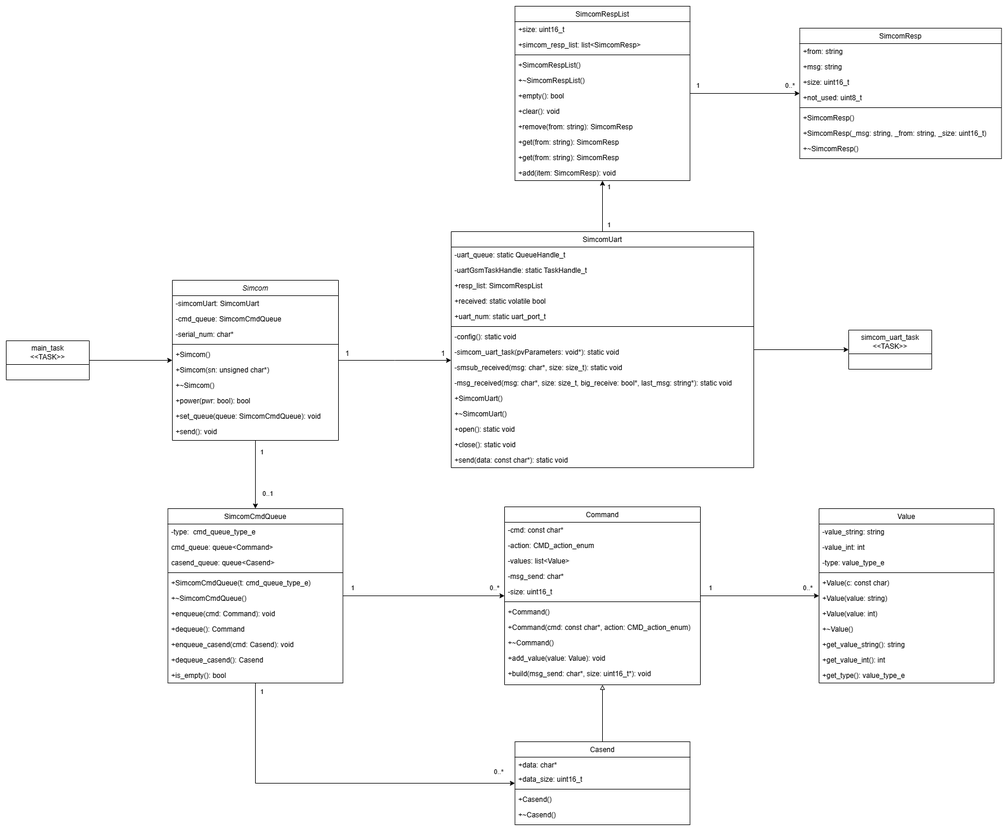
EduardoKPVeiga/Simcom keeps this draw.io diagram as images/diagram.png. Above is the earlier version. Source tidied: cells renumbered, new cells last; positions are measured from the earlier drawing's top-left corner, leaving out a move shared by most shapes.
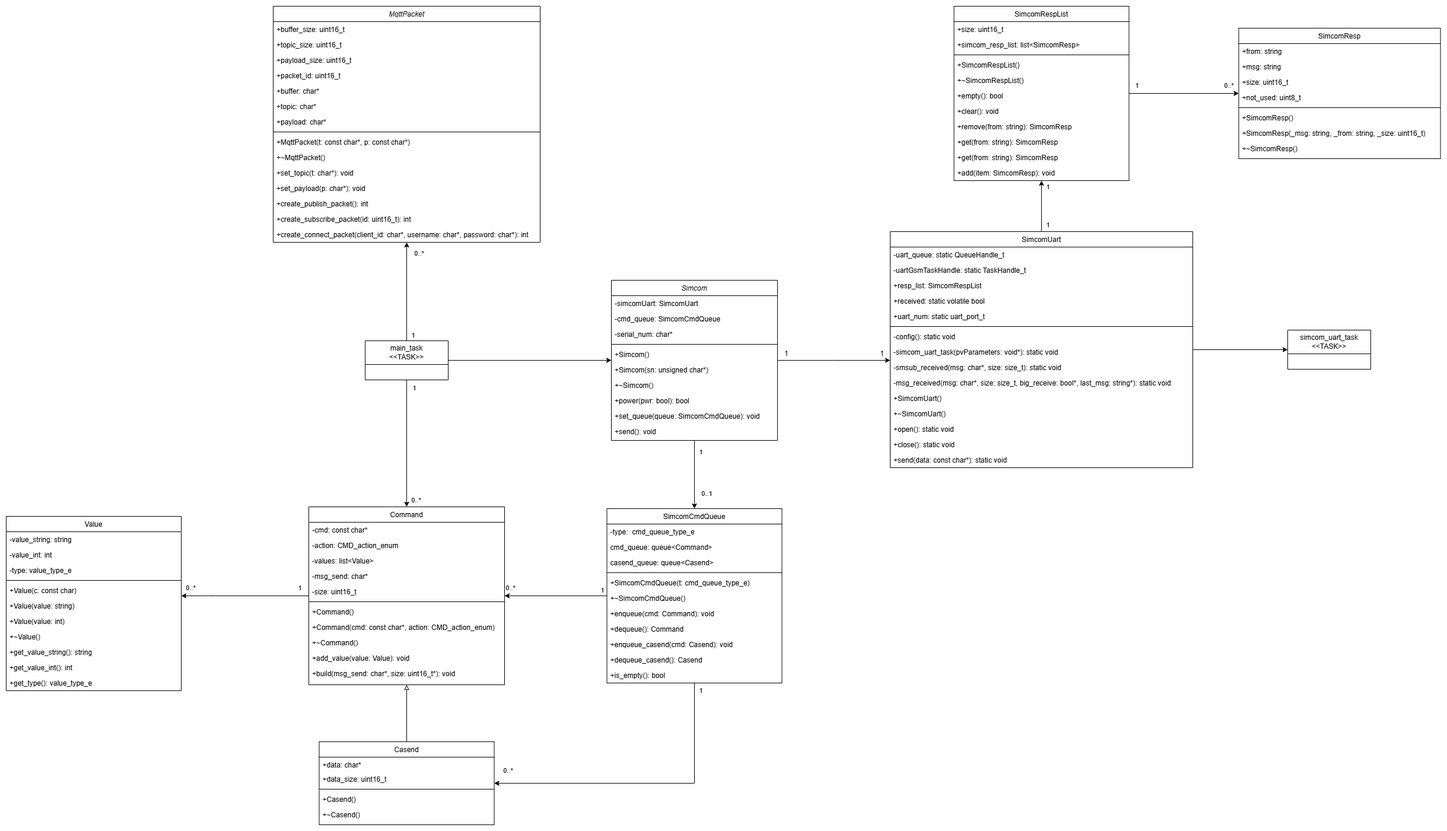
The same file after the commit.

Commit message:
update: class diagram

Diff of the diagram source:
```diff
@@ -181,20 +181,25 @@
       </mxGeometry>
     </mxCell>
     <mxCell id="54" style="edgeStyle=orthogonalEdgeStyle;rounded=0;jettySize=auto;html=1;" parent="1" edge="1" source="57" target="72">
-      <mxGeometry relative="1" as="geometry" />
+      <mxGeometry relative="1" as="geometry">
+        <Array as="points">
+          <mxPoint x="-400" y="994" />
+          <mxPoint x="-400" y="994" />
+        </Array>
+      </mxGeometry>
     </mxCell>
     <mxCell id="55" value="1" style="edgeLabel;html=1;align=center;verticalAlign=middle;" parent="54" vertex="1">
       <mxGeometry x="-0.85" y="3" relative="1" as="geometry">
-        <mxPoint y="-11" as="offset" />
+        <mxPoint y="-17" as="offset" />
       </mxGeometry>
     </mxCell>
     <mxCell id="56" value="0..*" style="edgeLabel;html=1;align=center;verticalAlign=middle;" parent="54" vertex="1">
       <mxGeometry x="0.86" relative="1" as="geometry">
-        <mxPoint x="-6" y="-14" as="offset" />
+        <mxPoint y="-14" as="offset" />
       </mxGeometry>
     </mxCell>
     <mxCell id="57" value="Command" style="swimlane;fontStyle=0;align=center;verticalAlign=top;horizontal=1;startSize=26;rounded=0;shadow=0;strokeWidth=1;" parent="1" vertex="1">
-      <mxGeometry x="840" y="844" width="330" height="300" as="geometry" />
+      <mxGeometry x="-230" y="844" width="330" height="300" as="geometry" />
     </mxCell>
     <mxCell id="58" value="-cmd: const char*" style="text;align=left;verticalAlign=top;spacingLeft=4;spacingRight=4;overflow=hidden;" parent="57" vertex="1">
       <mxGeometry y="26" width="330" height="26" as="geometry" />
@@ -243,7 +248,7 @@
       </mxGeometry>
     </mxCell>
     <mxCell id="72" value="Value" style="swimlane;fontStyle=0;align=center;verticalAlign=top;horizontal=1;startSize=26;rounded=0;shadow=0;strokeWidth=1;" parent="1" vertex="1">
-      <mxGeometry x="1370" y="847" width="295" height="294" as="geometry" />
+      <mxGeometry x="-740" y="860" width="295" height="294" as="geometry" />
     </mxCell>
     <mxCell id="73" value="-value_string: string" style="text;align=left;verticalAlign=top;spacingLeft=4;spacingRight=4;overflow=hidden;" parent="72" vertex="1">
       <mxGeometry y="26" width="295" height="26" as="geometry" />
@@ -284,8 +289,34 @@
     <mxCell id="85" style="edgeStyle=orthogonalEdgeStyle;rounded=0;jettySize=auto;html=1;" parent="1" edge="1" source="86" target="8">
       <mxGeometry relative="1" as="geometry" />
     </mxCell>
+    <mxCell id="118" style="edgeStyle=orthogonalEdgeStyle;rounded=0;jettySize=auto;html=1;" parent="1" edge="1" source="86" target="124">
+      <mxGeometry relative="1" as="geometry" />
+    </mxCell>
+    <mxCell id="119" value="0..*" style="edgeLabel;html=1;align=center;verticalAlign=middle;" parent="118" vertex="1">
+      <mxGeometry x="0.79" y="4" relative="1" as="geometry">
+        <mxPoint x="24" as="offset" />
+      </mxGeometry>
+    </mxCell>
+    <mxCell id="120" value="1" style="edgeLabel;html=1;align=center;verticalAlign=middle;" parent="118" vertex="1">
+      <mxGeometry x="-0.52" y="-1" relative="1" as="geometry">
+        <mxPoint x="9" y="30" as="offset" />
+      </mxGeometry>
+    </mxCell>
+    <mxCell id="121" style="edgeStyle=orthogonalEdgeStyle;rounded=0;jettySize=auto;html=1;" parent="1" edge="1" source="86" target="57">
+      <mxGeometry relative="1" as="geometry" />
+    </mxCell>
+    <mxCell id="122" value="1" style="edgeLabel;html=1;align=center;verticalAlign=middle;" parent="121" vertex="1">
+      <mxGeometry x="-0.91" relative="1" as="geometry">
+        <mxPoint x="12" y="3" as="offset" />
+      </mxGeometry>
+    </mxCell>
+    <mxCell id="123" value="0..*" style="edgeLabel;html=1;align=center;verticalAlign=middle;" parent="121" vertex="1">
+      <mxGeometry x="0.89" y="1" relative="1" as="geometry">
+        <mxPoint x="14" as="offset" />
+      </mxGeometry>
+    </mxCell>
     <mxCell id="86" value="main_task&lt;div&gt;&amp;lt;&amp;lt;TASK&amp;gt;&amp;gt;&lt;/div&gt;" style="swimlane;fontStyle=0;horizontal=1;startSize=40;fillColor=none;whiteSpace=wrap;html=1;" parent="1" vertex="1">
-      <mxGeometry y="564" width="140" height="66" as="geometry" />
+      <mxGeometry x="-135" y="564" width="140" height="66" as="geometry" />
     </mxCell>
     <mxCell id="87" style="edgeStyle=orthogonalEdgeStyle;rounded=0;jettySize=auto;html=1;" parent="1" edge="1" source="90" target="102">
       <mxGeometry relative="1" as="geometry" />
@@ -367,7 +398,7 @@
       <mxGeometry relative="1" as="geometry" />
     </mxCell>
     <mxCell id="112" value="Casend" style="swimlane;fontStyle=0;align=center;verticalAlign=top;horizontal=1;startSize=26;rounded=0;shadow=0;strokeWidth=1;" parent="1" vertex="1">
-      <mxGeometry x="857.5" y="1240" width="295" height="140" as="geometry" />
+      <mxGeometry x="-212.5" y="1240" width="295" height="140" as="geometry" />
     </mxCell>
     <mxCell id="113" value="+data: char*" style="text;align=left;verticalAlign=top;spacingLeft=4;spacingRight=4;overflow=hidden;" parent="112" vertex="1">
       <mxGeometry y="26" width="295" height="24" as="geometry" />
@@ -384,5 +415,53 @@
     <mxCell id="117" value="+~Casend()" style="text;align=left;verticalAlign=top;spacingLeft=4;spacingRight=4;overflow=hidden;fontStyle=0;" parent="112" vertex="1">
       <mxGeometry y="110" width="295" height="26" as="geometry" />
     </mxCell>
+    <mxCell id="124" value="MqttPacket" style="swimlane;fontStyle=2;align=center;verticalAlign=top;horizontal=1;startSize=26;rounded=0;shadow=0;strokeWidth=1;" parent="1" vertex="1">
+      <mxGeometry x="-290" width="450" height="398" as="geometry" />
+    </mxCell>
+    <mxCell id="125" value="+buffer_size: uint16_t" style="text;align=left;verticalAlign=top;spacingLeft=4;spacingRight=4;overflow=hidden;" parent="124" vertex="1">
+      <mxGeometry y="26" width="450" height="26" as="geometry" />
+    </mxCell>
+    <mxCell id="126" value="+topic_size: uint16_t" style="text;align=left;verticalAlign=top;spacingLeft=4;spacingRight=4;overflow=hidden;rounded=0;shadow=0;html=0;" parent="124" vertex="1">
+      <mxGeometry y="52" width="450" height="26" as="geometry" />
+    </mxCell>
+    <mxCell id="127" value="+payload_size: uint16_t" style="text;align=left;verticalAlign=top;spacingLeft=4;spacingRight=4;overflow=hidden;rounded=0;shadow=0;html=0;" parent="124" vertex="1">
+      <mxGeometry y="78" width="450" height="26" as="geometry" />
+    </mxCell>
+    <mxCell id="128" value="+packet_id: uint16_t" style="text;align=left;verticalAlign=top;spacingLeft=4;spacingRight=4;overflow=hidden;rounded=0;shadow=0;html=0;" parent="124" vertex="1">
+      <mxGeometry y="104" width="450" height="26" as="geometry" />
+    </mxCell>
+    <mxCell id="129" value="+buffer: char*" style="text;align=left;verticalAlign=top;spacingLeft=4;spacingRight=4;overflow=hidden;rounded=0;shadow=0;html=0;" parent="124" vertex="1">
+      <mxGeometry y="130" width="450" height="26" as="geometry" />
+    </mxCell>
+    <mxCell id="130" value="+topic: char*" style="text;align=left;verticalAlign=top;spacingLeft=4;spacingRight=4;overflow=hidden;rounded=0;shadow=0;html=0;" parent="124" vertex="1">
+      <mxGeometry y="156" width="450" height="26" as="geometry" />
+    </mxCell>
+    <mxCell id="131" value="+payload: char*" style="text;align=left;verticalAlign=top;spacingLeft=4;spacingRight=4;overflow=hidden;rounded=0;shadow=0;html=0;" parent="124" vertex="1">
+      <mxGeometry y="182" width="450" height="26" as="geometry" />
+    </mxCell>
+    <mxCell id="132" style="line;html=1;strokeWidth=1;align=left;verticalAlign=middle;spacingTop=-1;spacingLeft=3;spacingRight=3;labelPosition=right;" parent="124" vertex="1">
+      <mxGeometry y="208" width="450" height="8" as="geometry" />
+    </mxCell>
+    <mxCell id="133" value="+MqttPacket(t: const char*, p: const char*)" style="text;align=left;verticalAlign=top;spacingLeft=4;spacingRight=4;overflow=hidden;" parent="124" vertex="1">
+      <mxGeometry y="216" width="450" height="26" as="geometry" />
+    </mxCell>
+    <mxCell id="134" value="+~MqttPacket()" style="text;align=left;verticalAlign=top;spacingLeft=4;spacingRight=4;overflow=hidden;" parent="124" vertex="1">
+      <mxGeometry y="242" width="450" height="26" as="geometry" />
+    </mxCell>
+    <mxCell id="135" value="+set_topic(t: char*): void" style="text;align=left;verticalAlign=top;spacingLeft=4;spacingRight=4;overflow=hidden;" parent="124" vertex="1">
+      <mxGeometry y="268" width="450" height="26" as="geometry" />
+    </mxCell>
+    <mxCell id="136" value="+set_payload(p: char*): void" style="text;align=left;verticalAlign=top;spacingLeft=4;spacingRight=4;overflow=hidden;" parent="124" vertex="1">
+      <mxGeometry y="294" width="450" height="26" as="geometry" />
+    </mxCell>
+    <mxCell id="137" value="+create_publish_packet(): int" style="text;align=left;verticalAlign=top;spacingLeft=4;spacingRight=4;overflow=hidden;" parent="124" vertex="1">
+      <mxGeometry y="320" width="450" height="26" as="geometry" />
+    </mxCell>
+    <mxCell id="138" value="+create_subscribe_packet(id: uint16_t): int" style="text;align=left;verticalAlign=top;spacingLeft=4;spacingRight=4;overflow=hidden;" parent="124" vertex="1">
+      <mxGeometry y="346" width="450" height="26" as="geometry" />
+    </mxCell>
+    <mxCell id="139" value="+create_connect_packet(client_id: char*, username: char*, password: char*): int" style="text;align=left;verticalAlign=top;spacingLeft=4;spacingRight=4;overflow=hidden;" parent="124" vertex="1">
+      <mxGeometry y="372" width="450" height="26" as="geometry" />
+    </mxCell>
   </root>
 </mxGraphModel>
```
